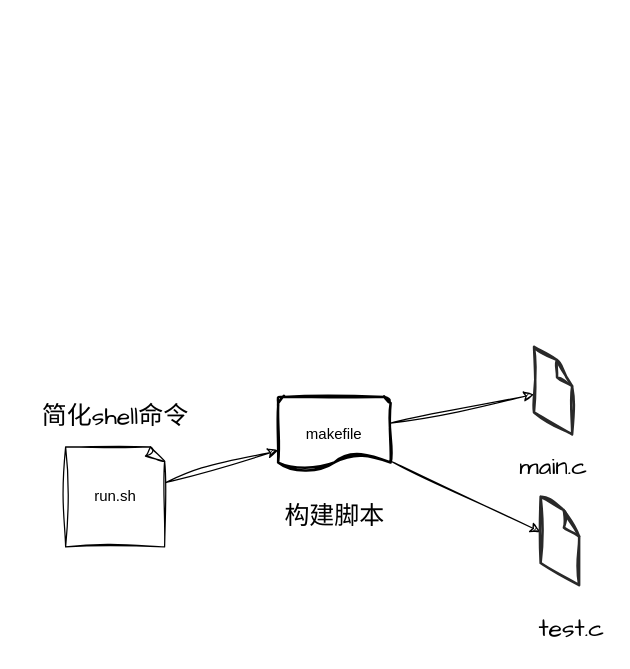
Earlier version of the draw.io diagram page "简单设计" (1 of 3) of program.drawio (stayatnight/c_test). Source tidied: cells renumbered, new cells numbered last; positions are measured from the earlier drawing's top-left corner, leaving out a move shared by most shapes. Both pictures are drawn from the tidied source at 125%, with x=0, y=0 at pixel (21, 346).
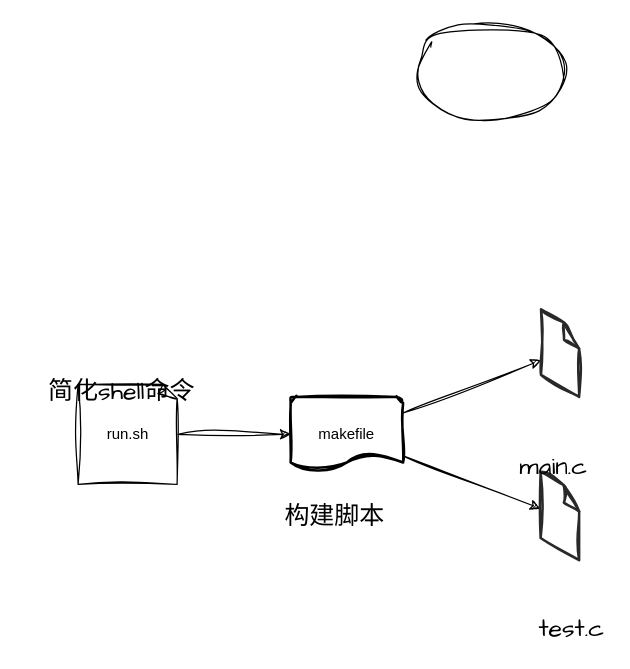
The same page after the edit.

Diff of the diagram source:
```diff
@@
 <mxGraphModel>
   <root>
     <mxCell id="0" />
     <mxCell id="1" parent="0" />
     <mxCell id="2" style="edgeStyle=none;html=1;sketch=1;curveFitting=1;jiggle=2;" parent="1" edge="1" source="3" target="6">
       <mxGeometry relative="1" as="geometry" />
     </mxCell>
     <mxCell id="3" value="run.sh" style="whiteSpace=wrap;html=1;shape=mxgraph.basic.document;sketch=1;curveFitting=1;jiggle=2;" parent="1" vertex="1">
-      <mxGeometry x="35" y="80" width="80" height="80" as="geometry" />
+      <mxGeometry x="45" y="30" width="80" height="80" as="geometry" />
     </mxCell>
     <mxCell id="4" style="edgeStyle=none;sketch=1;hachureGap=4;jiggle=2;curveFitting=1;html=1;fontFamily=Architects Daughter;fontSize=16;" parent="1" edge="1" source="6" target="8">
       <mxGeometry relative="1" as="geometry" />
     </mxCell>
     <mxCell id="5" style="edgeStyle=none;sketch=1;hachureGap=4;jiggle=2;curveFitting=1;html=1;fontFamily=Architects Daughter;fontSize=16;" parent="1" edge="1" source="6" target="9">
       <mxGeometry relative="1" as="geometry" />
     </mxCell>
     <mxCell id="6" value="makefile" style="strokeWidth=2;html=1;shape=mxgraph.flowchart.document2;whiteSpace=wrap;size=0.25;sketch=1;curveFitting=1;jiggle=2;" parent="1" vertex="1">
-      <mxGeometry x="205" y="40" width="90" height="60" as="geometry" />
+      <mxGeometry x="215" y="40" width="90" height="60" as="geometry" />
     </mxCell>
     <mxCell id="7" value="&lt;div&gt;&lt;br&gt;&lt;/div&gt;&lt;span style=&quot;background-color: initial;&quot;&gt;&lt;div style=&quot;&quot;&gt;&lt;span style=&quot;background-color: initial;&quot;&gt;简化shell命令&lt;/span&gt;&lt;/div&gt;&lt;/span&gt;" style="text;strokeColor=none;fillColor=none;html=1;whiteSpace=wrap;verticalAlign=bottom;overflow=hidden;sketch=1;hachureGap=4;jiggle=2;curveFitting=1;fontFamily=Architects Daughter;fontSize=20;labelPosition=center;verticalLabelPosition=top;align=center;" parent="1" vertex="1">
-      <mxGeometry y="70" width="150" height="50" as="geometry" />
+      <mxGeometry x="5" y="50" width="150" height="50" as="geometry" />
     </mxCell>
     <mxCell id="8" style="verticalLabelPosition=bottom;html=1;verticalAlign=top;strokeWidth=1;align=center;outlineConnect=0;dashed=0;outlineConnect=0;shape=mxgraph.aws3d.file;strokeColor=#292929;sketch=1;hachureGap=4;jiggle=2;curveFitting=1;fontFamily=Architects Daughter;fontSize=20;" parent="1" vertex="1">
-      <mxGeometry x="409.7" width="30.5" height="70" as="geometry" />
+      <mxGeometry x="415.3" y="-30" width="30.5" height="70" as="geometry" />
     </mxCell>
     <mxCell id="9" style="verticalLabelPosition=bottom;html=1;verticalAlign=top;strokeWidth=1;align=center;outlineConnect=0;dashed=0;outlineConnect=0;shape=mxgraph.aws3d.file;strokeColor=#292929;sketch=1;hachureGap=4;jiggle=2;curveFitting=1;fontFamily=Architects Daughter;fontSize=20;" parent="1" vertex="1">
-      <mxGeometry x="415" y="120" width="30.8" height="70.6" as="geometry" />
+      <mxGeometry x="415" y="100" width="30.8" height="70.6" as="geometry" />
     </mxCell>
     <mxCell id="10" value="main.c" style="text;html=1;align=center;verticalAlign=middle;strokeColor=none;fillColor=none;fontSize=20;fontFamily=Architects Daughter;sketch=1;hachureGap=4;jiggle=2;curveFitting=1;" parent="1" vertex="1">
       <mxGeometry x="385" y="75" width="80" height="40" as="geometry" />
     </mxCell>
     <mxCell id="11" value="test.c" style="text;html=1;strokeColor=none;fillColor=none;align=center;verticalAlign=middle;whiteSpace=wrap;rounded=0;sketch=1;hachureGap=4;jiggle=2;curveFitting=1;fontFamily=Architects Daughter;fontSize=20;" parent="1" vertex="1">
       <mxGeometry x="410" y="210" width="60" height="30" as="geometry" />
     </mxCell>
     <mxCell id="12" value="构建脚本&lt;br&gt;" style="text;html=1;align=center;verticalAlign=middle;strokeColor=none;fillColor=none;fontSize=20;fontFamily=Architects Daughter;sketch=1;hachureGap=4;jiggle=2;curveFitting=1;" parent="1" vertex="1">
       <mxGeometry x="200" y="115" width="100" height="40" as="geometry" />
     </mxCell>
+    <mxCell id="13" style="ellipse;whiteSpace=wrap;html=1;sketch=1;hachureGap=4;jiggle=2;curveFitting=1;fontFamily=Architects Daughter;fontSize=20;" parent="1" vertex="1">
+      <mxGeometry x="315" y="-260" width="120" height="80" as="geometry" />
+    </mxCell>
   </root>
 </mxGraphModel>
```
